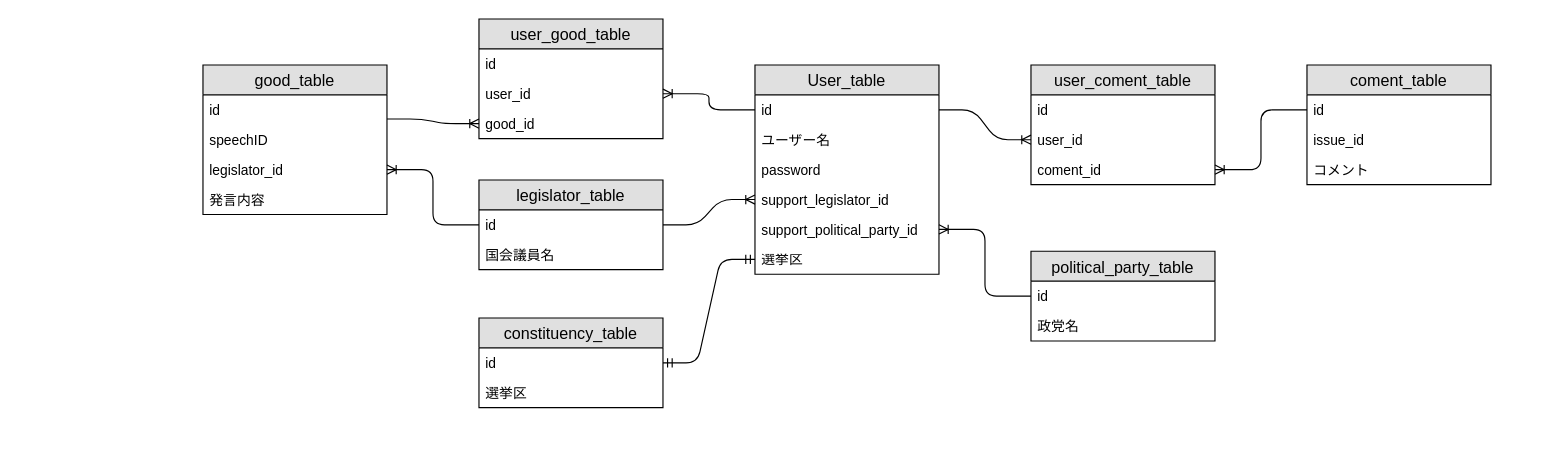
tukuhuse/myportfolio keeps this draw.io diagram as er図.drawio. Above is the earlier version. Source tidied: cells renumbered, new cells numbered last; positions are measured from the earlier drawing's top-left corner, leaving out a move shared by most shapes. Both pictures are drawn from the tidied source at 115%, with x=0, y=0 at pixel (202, 18).
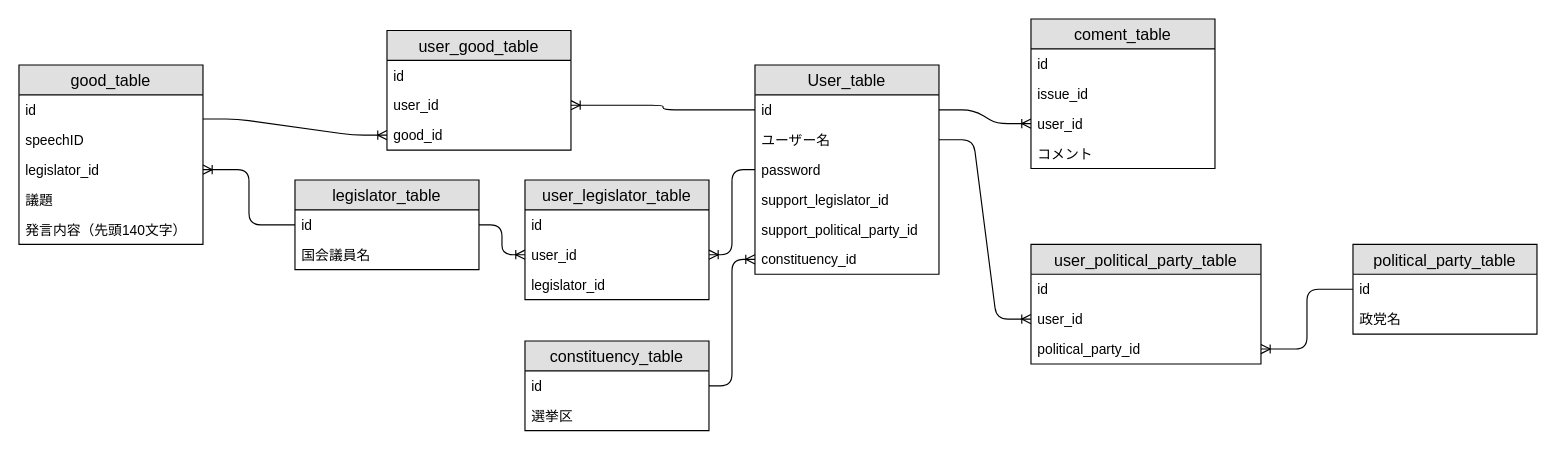
The same page after the edit.

Commit message:
er図.drawio を更新します

The change refers to these unchanged cells:
```xml
<mxCell id="2" value="User_table" style="swimlane;fontStyle=0;horizontal=1;startSize=26;fillColor=#e0e0e0;swimlaneFillColor=#ffffff;align=center;fontSize=14;" parent="1" vertex="1">
  <mxGeometry x="480" y="40" width="160" height="182" as="geometry" />
</mxCell>
<mxCell id="3" value="id" style="text;strokeColor=none;fillColor=none;spacingLeft=4;spacingRight=4;overflow=hidden;points=[[0,0.5],[1,0.5]];portConstraint=eastwest;fontSize=12;" parent="2" vertex="1">
  <mxGeometry y="26" width="160" height="26" as="geometry" />
</mxCell>
<mxCell id="4" value="ユーザー名" style="text;strokeColor=none;fillColor=none;spacingLeft=4;spacingRight=4;overflow=hidden;points=[[0,0.5],[1,0.5]];portConstraint=eastwest;fontSize=12;" parent="2" vertex="1">
  <mxGeometry y="52" width="160" height="26" as="geometry" />
</mxCell>
<mxCell id="5" value="password" style="text;strokeColor=none;fillColor=none;spacingLeft=4;spacingRight=4;overflow=hidden;points=[[0,0.5],[1,0.5]];portConstraint=eastwest;fontSize=12;" parent="2" vertex="1">
  <mxGeometry y="78" width="160" height="26" as="geometry" />
</mxCell>
<mxCell id="6" value="support_legislator_id" style="text;strokeColor=none;fillColor=none;spacingLeft=4;spacingRight=4;overflow=hidden;points=[[0,0.5],[1,0.5]];portConstraint=eastwest;fontSize=12;" parent="2" vertex="1">
  <mxGeometry y="104" width="160" height="26" as="geometry" />
</mxCell>
<mxCell id="7" value="support_political_party_id" style="text;strokeColor=none;fillColor=none;spacingLeft=4;spacingRight=4;overflow=hidden;points=[[0,0.5],[1,0.5]];portConstraint=eastwest;fontSize=12;" parent="2" vertex="1">
  <mxGeometry y="130" width="160" height="26" as="geometry" />
</mxCell>
<mxCell id="15" value="id" style="text;strokeColor=none;fillColor=none;spacingLeft=4;spacingRight=4;overflow=hidden;points=[[0,0.5],[1,0.5]];portConstraint=eastwest;fontSize=12;" parent="14" vertex="1">
  <mxGeometry y="26" width="160" height="26" as="geometry" />
</mxCell>
<mxCell id="30" value="id" style="text;strokeColor=none;fillColor=none;spacingLeft=4;spacingRight=4;overflow=hidden;points=[[0,0.5],[1,0.5]];portConstraint=eastwest;fontSize=12;" parent="29" vertex="1">
  <mxGeometry y="26" width="160" height="26" as="geometry" />
</mxCell>
<mxCell id="36" value="id" style="text;strokeColor=none;fillColor=none;spacingLeft=4;spacingRight=4;overflow=hidden;points=[[0,0.5],[1,0.5]];portConstraint=eastwest;fontSize=12;" parent="35" vertex="1">
  <mxGeometry y="26" width="160" height="26" as="geometry" />
</mxCell>
<mxCell id="40" value="id" style="text;strokeColor=none;fillColor=none;spacingLeft=4;spacingRight=4;overflow=hidden;points=[[0,0.5],[1,0.5]];portConstraint=eastwest;fontSize=12;" parent="39" vertex="1">
  <mxGeometry y="26" width="160" height="26" as="geometry" />
</mxCell>
```

The edit, as a diff of the source:
```diff
@@
-    <mxCell id="8" value="選挙区" style="text;strokeColor=none;fillColor=none;spacingLeft=4;spacingRight=4;overflow=hidden;points=[[0,0.5],[1,0.5]];portConstraint=eastwest;fontSize=12;" parent="2" vertex="1">
+    <mxCell id="8" value="constituency_id" style="text;strokeColor=none;fillColor=none;spacingLeft=4;spacingRight=4;overflow=hidden;points=[[0,0.5],[1,0.5]];portConstraint=eastwest;fontSize=12;" parent="2" vertex="1">
       <mxGeometry y="156" width="160" height="26" as="geometry" />
     </mxCell>
     <mxCell id="9" value="good_table" style="swimlane;fontStyle=0;horizontal=1;startSize=26;fillColor=#e0e0e0;swimlaneFillColor=#ffffff;align=center;fontSize=14;" parent="1" vertex="1">
-      <mxGeometry y="40" width="160" height="130" as="geometry" />
+      <mxGeometry x="-160" y="40" width="160" height="156" as="geometry" />
     </mxCell>
@@
+    <mxCell id="43" value="議題" style="text;strokeColor=none;fillColor=none;spacingLeft=4;spacingRight=4;overflow=hidden;fontSize=12;" parent="9" vertex="1">
+      <mxGeometry y="104" width="160" height="26" as="geometry" />
+    </mxCell>
-    <mxCell id="13" value="発言内容" style="text;strokeColor=none;fillColor=none;spacingLeft=4;spacingRight=4;overflow=hidden;fontSize=12;" parent="9" vertex="1">
-      <mxGeometry y="104" width="160" height="26" as="geometry" />
+    <mxCell id="13" value="発言内容（先頭140文字）" style="text;strokeColor=none;fillColor=none;spacingLeft=4;spacingRight=4;overflow=hidden;fontSize=12;" parent="9" vertex="1">
+      <mxGeometry y="130" width="160" height="26" as="geometry" />
     </mxCell>
     <mxCell id="14" value="coment_table" style="swimlane;fontStyle=0;horizontal=1;startSize=26;fillColor=#e0e0e0;swimlaneFillColor=#ffffff;align=center;fontSize=14;" parent="1" vertex="1">
-      <mxGeometry x="960" y="40" width="160" height="104" as="geometry" />
+      <mxGeometry x="720" width="160" height="130" as="geometry" />
     </mxCell>
@@
+    <mxCell id="44" value="user_id" style="text;strokeColor=none;fillColor=none;spacingLeft=4;spacingRight=4;overflow=hidden;points=[[0,0.5],[1,0.5]];portConstraint=eastwest;fontSize=12;" parent="14" vertex="1">
+      <mxGeometry y="78" width="160" height="26" as="geometry" />
+    </mxCell>
     <mxCell id="17" value="コメント" style="text;strokeColor=none;fillColor=none;spacingLeft=4;spacingRight=4;overflow=hidden;fontSize=12;" parent="14" vertex="1">
-      <mxGeometry y="78" width="160" height="26" as="geometry" />
+      <mxGeometry y="104" width="160" height="26" as="geometry" />
     </mxCell>
     <mxCell id="18" value="user_good_table" style="swimlane;fontStyle=0;horizontal=1;startSize=26;fillColor=#e0e0e0;swimlaneFillColor=#ffffff;align=center;fontSize=14;" parent="1" vertex="1">
-      <mxGeometry x="240" width="160" height="104" as="geometry" />
+      <mxGeometry x="160" y="10" width="160" height="104" as="geometry" />
     </mxCell>
@@
-    <mxCell id="23" value="user_coment_table" style="swimlane;fontStyle=0;horizontal=1;startSize=26;fillColor=#e0e0e0;swimlaneFillColor=#ffffff;align=center;fontSize=14;" parent="1" vertex="1">
-      <mxGeometry x="720" y="40" width="160" height="104" as="geometry" />
-    </mxCell>
-    <mxCell id="24" value="id" style="text;strokeColor=none;fillColor=none;spacingLeft=4;spacingRight=4;overflow=hidden;fontSize=12;" parent="23" vertex="1">
-      <mxGeometry y="26" width="160" height="26" as="geometry" />
-    </mxCell>
-    <mxCell id="25" value="user_id" style="text;strokeColor=none;fillColor=none;spacingLeft=4;spacingRight=4;overflow=hidden;points=[[0,0.5],[1,0.5]];portConstraint=eastwest;fontSize=12;" parent="23" vertex="1">
-      <mxGeometry y="52" width="160" height="26" as="geometry" />
-    </mxCell>
-    <mxCell id="26" value="coment_id" style="text;strokeColor=none;fillColor=none;spacingLeft=4;spacingRight=4;overflow=hidden;points=[[0,0.5],[1,0.5]];portConstraint=eastwest;fontSize=12;" parent="23" vertex="1">
-      <mxGeometry y="78" width="160" height="26" as="geometry" />
-    </mxCell>
@@
-    <mxCell id="28" style="edgeStyle=elbowEdgeStyle;fontSize=12;html=1;endArrow=ERoneToMany;entryX=1;entryY=0.5;entryDx=0;entryDy=0;exitX=0;exitY=0.5;exitDx=0;exitDy=0;" parent="1" edge="1" source="15" target="26">
-      <mxGeometry relative="1" as="geometry" />
-    </mxCell>
     <mxCell id="29" value="legislator_table" style="swimlane;fontStyle=0;horizontal=1;startSize=26;fillColor=#e0e0e0;swimlaneFillColor=#ffffff;align=center;fontSize=14;" parent="1" vertex="1">
-      <mxGeometry x="240" y="140" width="160" height="78" as="geometry" />
+      <mxGeometry x="80" y="140" width="160" height="78" as="geometry" />
     </mxCell>
@@
-    <mxCell id="32" style="edgeStyle=entityRelationEdgeStyle;fontSize=12;html=1;endArrow=ERoneToMany;exitX=1;exitY=0.5;exitDx=0;exitDy=0;entryX=0;entryY=0.5;entryDx=0;entryDy=0;" parent="1" edge="1" source="3" target="25">
+    <mxCell id="32" style="edgeStyle=entityRelationEdgeStyle;fontSize=12;html=1;endArrow=ERoneToMany;exitX=1;exitY=0.5;exitDx=0;exitDy=0;entryX=0;entryY=0.5;entryDx=0;entryDy=0;" parent="1" edge="1" source="3" target="44">
       <mxGeometry relative="1" as="geometry" />
     </mxCell>
-    <mxCell id="33" style="edgeStyle=entityRelationEdgeStyle;fontSize=12;html=1;endArrow=ERoneToMany;entryX=0;entryY=0.5;entryDx=0;entryDy=0;exitX=1;exitY=0.5;exitDx=0;exitDy=0;" parent="1" edge="1" source="30" target="6">
-      <mxGeometry relative="1" as="geometry" />
-    </mxCell>
@@
     <mxCell id="35" value="political_party_table" style="swimlane;fontStyle=0;horizontal=1;startSize=26;fillColor=#e0e0e0;swimlaneFillColor=#ffffff;align=center;fontSize=14;" parent="1" vertex="1">
-      <mxGeometry x="720" y="202" width="160" height="78" as="geometry" />
+      <mxGeometry x="1000" y="196" width="160" height="78" as="geometry" />
     </mxCell>
@@
-    <mxCell id="38" style="edgeStyle=elbowEdgeStyle;fontSize=12;html=1;endArrow=ERoneToMany;entryX=1;entryY=0.5;entryDx=0;entryDy=0;exitX=0;exitY=0.5;exitDx=0;exitDy=0;" parent="1" edge="1" source="36" target="7">
-      <mxGeometry relative="1" as="geometry" />
-    </mxCell>
     <mxCell id="39" value="constituency_table" style="swimlane;fontStyle=0;horizontal=1;startSize=26;fillColor=#e0e0e0;swimlaneFillColor=#ffffff;align=center;fontSize=14;" parent="1" vertex="1">
-      <mxGeometry x="240" y="260" width="160" height="78" as="geometry" />
+      <mxGeometry x="280" y="280" width="160" height="78" as="geometry" />
     </mxCell>
@@
+    <mxCell id="45" value="user_legislator_table" style="swimlane;fontStyle=0;horizontal=1;startSize=26;fillColor=#e0e0e0;swimlaneFillColor=#ffffff;align=center;fontSize=14;" parent="1" vertex="1">
+      <mxGeometry x="280" y="140" width="160" height="104" as="geometry" />
+    </mxCell>
+    <mxCell id="24" value="id" style="text;strokeColor=none;fillColor=none;spacingLeft=4;spacingRight=4;overflow=hidden;fontSize=12;" parent="45" vertex="1">
+      <mxGeometry y="26" width="160" height="26" as="geometry" />
+    </mxCell>
+    <mxCell id="25" value="user_id" style="text;strokeColor=none;fillColor=none;spacingLeft=4;spacingRight=4;overflow=hidden;points=[[0,0.5],[1,0.5]];portConstraint=eastwest;fontSize=12;" parent="45" vertex="1">
+      <mxGeometry y="52" width="160" height="26" as="geometry" />
+    </mxCell>
+    <mxCell id="46" value="legislator_id" style="text;strokeColor=none;fillColor=none;spacingLeft=4;spacingRight=4;overflow=hidden;fontSize=12;" parent="45" vertex="1">
+      <mxGeometry y="78" width="160" height="26" as="geometry" />
+    </mxCell>
+    <mxCell id="47" value="user_political_party_table" style="swimlane;fontStyle=0;horizontal=1;startSize=26;fillColor=#e0e0e0;swimlaneFillColor=#ffffff;align=center;fontSize=14;" parent="1" vertex="1">
+      <mxGeometry x="720" y="196" width="200" height="104" as="geometry" />
+    </mxCell>
+    <mxCell id="48" value="id" style="text;strokeColor=none;fillColor=none;spacingLeft=4;spacingRight=4;overflow=hidden;fontSize=12;" parent="47" vertex="1">
+      <mxGeometry y="26" width="200" height="26" as="geometry" />
+    </mxCell>
+    <mxCell id="49" value="user_id" style="text;strokeColor=none;fillColor=none;spacingLeft=4;spacingRight=4;overflow=hidden;points=[[0,0.5],[1,0.5]];portConstraint=eastwest;fontSize=12;" parent="47" vertex="1">
+      <mxGeometry y="52" width="200" height="26" as="geometry" />
+    </mxCell>
+    <mxCell id="50" value="political_party_id" style="text;strokeColor=none;fillColor=none;spacingLeft=4;spacingRight=4;overflow=hidden;points=[[0,0.5],[1,0.5]];portConstraint=eastwest;fontSize=12;" parent="47" vertex="1">
+      <mxGeometry y="78" width="200" height="26" as="geometry" />
+    </mxCell>
+    <mxCell id="51" style="edgeStyle=entityRelationEdgeStyle;fontSize=12;html=1;endArrow=ERoneToMany;entryX=0;entryY=0.5;entryDx=0;entryDy=0;exitX=1;exitY=0.5;exitDx=0;exitDy=0;" parent="1" edge="1" source="4" target="49">
+      <mxGeometry relative="1" as="geometry" />
+    </mxCell>
+    <mxCell id="52" style="edgeStyle=elbowEdgeStyle;fontSize=12;html=1;endArrow=ERoneToMany;entryX=1;entryY=0.5;entryDx=0;entryDy=0;exitX=0;exitY=0.5;exitDx=0;exitDy=0;" parent="1" edge="1" source="36" target="50">
+      <mxGeometry relative="1" as="geometry" />
+    </mxCell>
-    <mxCell id="42" style="edgeStyle=entityRelationEdgeStyle;fontSize=12;html=1;endArrow=ERmandOne;startArrow=ERmandOne;entryX=0;entryY=0.5;entryDx=0;entryDy=0;exitX=1;exitY=0.5;exitDx=0;exitDy=0;" parent="1" edge="1" source="40" target="8">
+    <mxCell id="42" style="edgeStyle=elbowEdgeStyle;fontSize=12;html=1;endArrow=ERoneToMany;entryX=0;entryY=0.5;entryDx=0;entryDy=0;exitX=1;exitY=0.5;exitDx=0;exitDy=0;" parent="1" edge="1" source="40" target="8">
       <mxGeometry relative="1" as="geometry" />
     </mxCell>
+    <mxCell id="53" style="edgeStyle=elbowEdgeStyle;fontSize=12;html=1;endArrow=ERoneToMany;entryX=1;entryY=0.5;entryDx=0;entryDy=0;" parent="1" edge="1" source="5" target="25">
+      <mxGeometry relative="1" as="geometry" />
+    </mxCell>
+    <mxCell id="54" style="edgeStyle=elbowEdgeStyle;fontSize=12;html=1;endArrow=ERoneToMany;entryX=0;entryY=0.5;entryDx=0;entryDy=0;exitX=1;exitY=0.5;exitDx=0;exitDy=0;" parent="1" edge="1" source="30" target="25">
+      <mxGeometry relative="1" as="geometry" />
+    </mxCell>
```
